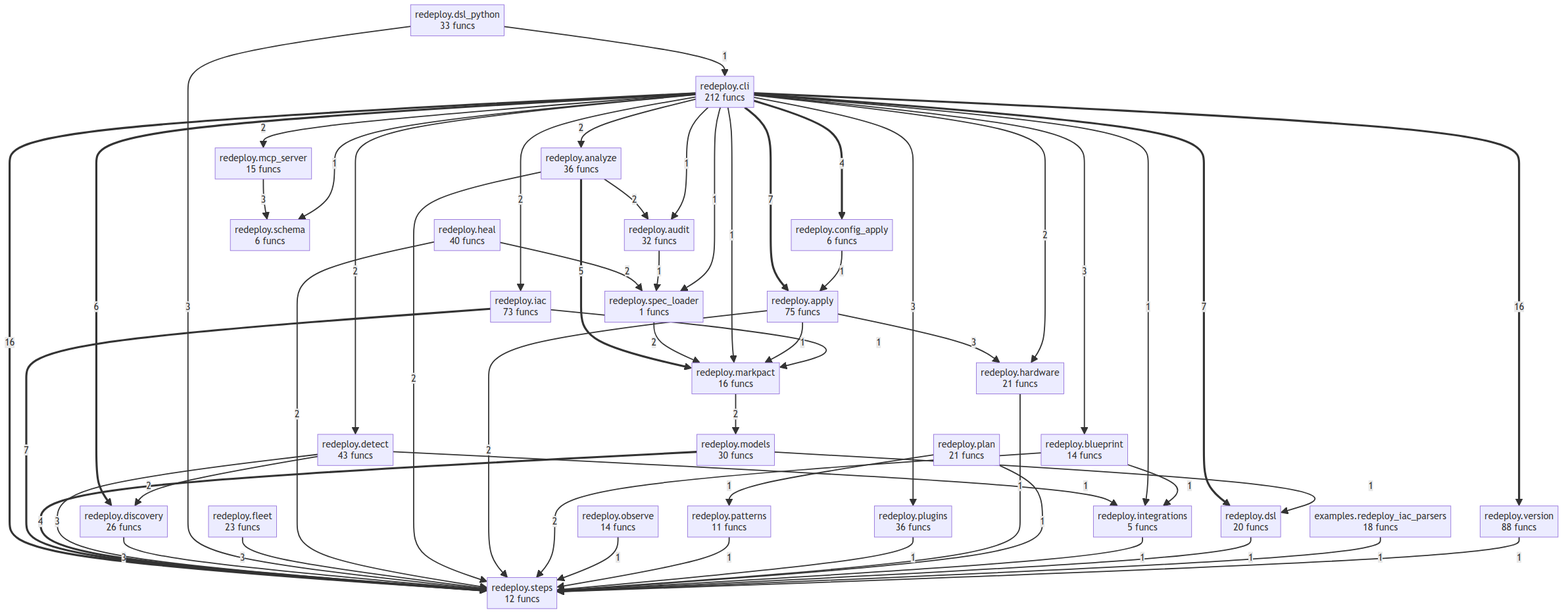
Above: project/compact_flow.png in semcod/redeploy (Mermaid), before the change. Its source is kept beside it as project/compact_flow.mmd. Source of this version:
```mermaid
flowchart TD
    examples__redeploy_iac_parsers["examples.redeploy_iac_parsers<br/>18 funcs"]
    redeploy__analyze["redeploy.analyze<br/>36 funcs"]
    redeploy__apply["redeploy.apply<br/>75 funcs"]
    redeploy__audit["redeploy.audit<br/>32 funcs"]
    redeploy__blueprint["redeploy.blueprint<br/>14 funcs"]
    redeploy__cli["redeploy.cli<br/>212 funcs"]
    redeploy__config_apply["redeploy.config_apply<br/>6 funcs"]
    redeploy__detect["redeploy.detect<br/>43 funcs"]
    redeploy__discovery["redeploy.discovery<br/>26 funcs"]
    redeploy__dsl["redeploy.dsl<br/>20 funcs"]
    redeploy__dsl_python["redeploy.dsl_python<br/>33 funcs"]
    redeploy__fleet["redeploy.fleet<br/>23 funcs"]
    redeploy__hardware["redeploy.hardware<br/>21 funcs"]
    redeploy__heal["redeploy.heal<br/>40 funcs"]
    redeploy__iac["redeploy.iac<br/>73 funcs"]
    redeploy__integrations["redeploy.integrations<br/>5 funcs"]
    redeploy__markpact["redeploy.markpact<br/>16 funcs"]
    redeploy__mcp_server["redeploy.mcp_server<br/>15 funcs"]
    redeploy__models["redeploy.models<br/>30 funcs"]
    redeploy__observe["redeploy.observe<br/>14 funcs"]
    redeploy__patterns["redeploy.patterns<br/>11 funcs"]
    redeploy__plan["redeploy.plan<br/>21 funcs"]
    redeploy__plugins["redeploy.plugins<br/>36 funcs"]
    redeploy__schema["redeploy.schema<br/>6 funcs"]
    redeploy__spec_loader["redeploy.spec_loader<br/>1 funcs"]
    redeploy__steps["redeploy.steps<br/>12 funcs"]
    redeploy__version["redeploy.version<br/>88 funcs"]
    redeploy__cli ==>|16| redeploy__steps
    redeploy__cli ==>|16| redeploy__version
    redeploy__cli ==>|7| redeploy__dsl
    redeploy__cli ==>|7| redeploy__apply
    redeploy__iac ==>|7| redeploy__steps
    redeploy__cli ==>|6| redeploy__discovery
    redeploy__analyze ==>|5| redeploy__markpact
    redeploy__cli ==>|4| redeploy__config_apply
    redeploy__models ==>|4| redeploy__steps
    redeploy__mcp_server -->|3| redeploy__schema
    redeploy__detect -->|3| redeploy__steps
    redeploy__discovery -->|3| redeploy__steps
    redeploy__cli -->|3| redeploy__plugins
    redeploy__cli -->|3| redeploy__blueprint
    redeploy__dsl_python -->|3| redeploy__steps
    redeploy__apply -->|3| redeploy__hardware
    redeploy__fleet -->|3| redeploy__steps
    redeploy__heal -->|2| redeploy__steps
    redeploy__heal -->|2| redeploy__spec_loader
    redeploy__spec_loader -->|2| redeploy__markpact
    redeploy__analyze -->|2| redeploy__audit
    redeploy__analyze -->|2| redeploy__steps
    redeploy__cli -->|2| redeploy__mcp_server
    redeploy__cli -->|2| redeploy__detect
    redeploy__cli -->|2| redeploy__hardware
    redeploy__cli -->|2| redeploy__analyze
    redeploy__detect -->|2| redeploy__discovery
    redeploy__cli -->|2| redeploy__iac
    redeploy__markpact -->|2| redeploy__models
    redeploy__apply -->|2| redeploy__steps
    redeploy__blueprint -->|2| redeploy__steps
    redeploy__observe -->|1| redeploy__steps
    redeploy__patterns -->|1| redeploy__steps
    redeploy__detect -->|1| redeploy__integrations
    redeploy__config_apply -->|1| redeploy__apply
    redeploy__audit -->|1| redeploy__spec_loader
    redeploy__cli -->|1| redeploy__spec_loader
    redeploy__cli -->|1| redeploy__markpact
    redeploy__cli -->|1| redeploy__integrations
    redeploy__cli -->|1| redeploy__audit
    redeploy__plugins -->|1| redeploy__steps
    redeploy__dsl_python -->|1| redeploy__cli
    redeploy__hardware -->|1| redeploy__steps
    redeploy__apply -->|1| redeploy__markpact
    redeploy__blueprint -->|1| redeploy__integrations
    redeploy__plan -->|1| redeploy__steps
    redeploy__plan -->|1| redeploy__patterns
    redeploy__integrations -->|1| redeploy__steps
    redeploy__dsl -->|1| redeploy__steps
    redeploy__iac -->|1| redeploy__markpact
    examples__redeploy_iac_parsers -->|1| redeploy__steps
    redeploy__models -->|1| redeploy__dsl
    redeploy__version -->|1| redeploy__steps
    redeploy__cli -->|1| redeploy__schema
```
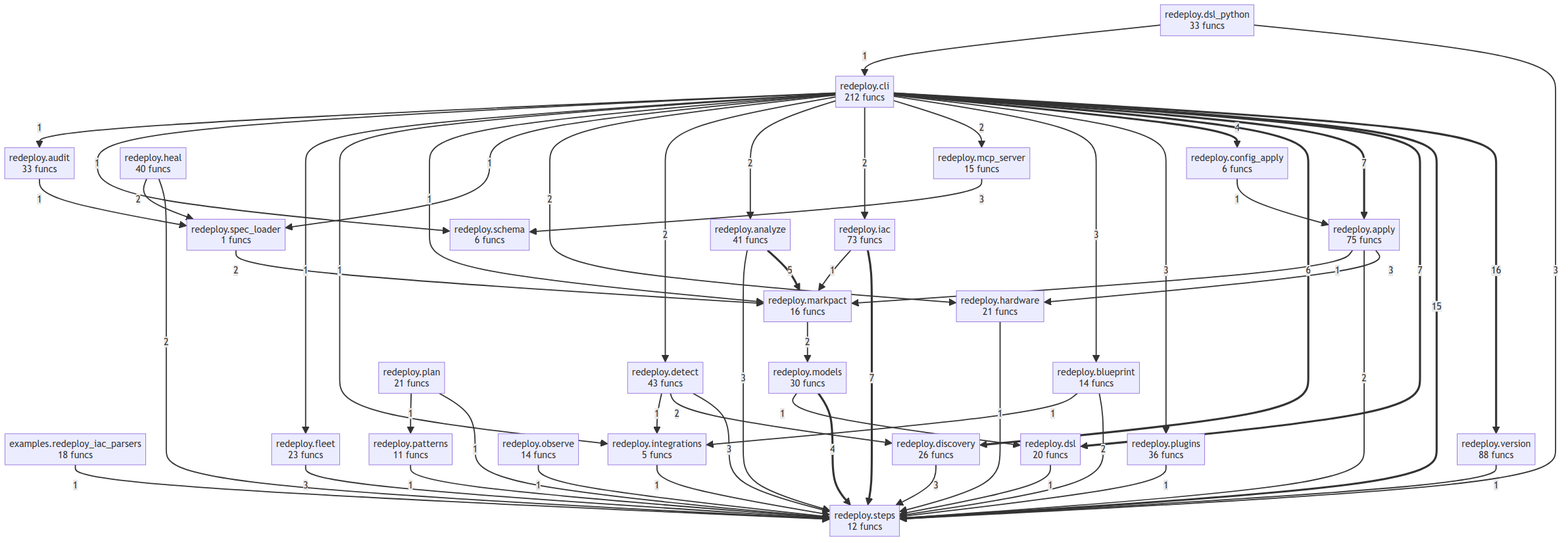
Later version of the same file.

What changed in the source:
```diff
@@ -1,8 +1,8 @@
 flowchart TD
     examples__redeploy_iac_parsers["examples.redeploy_iac_parsers<br/>18 funcs"]
-    redeploy__analyze["redeploy.analyze<br/>36 funcs"]
+    redeploy__analyze["redeploy.analyze<br/>41 funcs"]
     redeploy__apply["redeploy.apply<br/>75 funcs"]
-    redeploy__audit["redeploy.audit<br/>32 funcs"]
+    redeploy__audit["redeploy.audit<br/>33 funcs"]
     redeploy__blueprint["redeploy.blueprint<br/>14 funcs"]
     redeploy__cli["redeploy.cli<br/>212 funcs"]
     redeploy__config_apply["redeploy.config_apply<br/>6 funcs"]
@@ -26,34 +26,33 @@
     redeploy__spec_loader["redeploy.spec_loader<br/>1 funcs"]
     redeploy__steps["redeploy.steps<br/>12 funcs"]
     redeploy__version["redeploy.version<br/>88 funcs"]
-    redeploy__cli ==>|16| redeploy__steps
     redeploy__cli ==>|16| redeploy__version
+    redeploy__cli ==>|15| redeploy__steps
     redeploy__cli ==>|7| redeploy__dsl
     redeploy__cli ==>|7| redeploy__apply
     redeploy__iac ==>|7| redeploy__steps
     redeploy__cli ==>|6| redeploy__discovery
     redeploy__analyze ==>|5| redeploy__markpact
+    redeploy__models ==>|4| redeploy__steps
     redeploy__cli ==>|4| redeploy__config_apply
-    redeploy__models ==>|4| redeploy__steps
+    redeploy__fleet -->|3| redeploy__steps
+    redeploy__discovery -->|3| redeploy__steps
     redeploy__mcp_server -->|3| redeploy__schema
     redeploy__detect -->|3| redeploy__steps
-    redeploy__discovery -->|3| redeploy__steps
     redeploy__cli -->|3| redeploy__plugins
     redeploy__cli -->|3| redeploy__blueprint
     redeploy__dsl_python -->|3| redeploy__steps
     redeploy__apply -->|3| redeploy__hardware
-    redeploy__fleet -->|3| redeploy__steps
+    redeploy__analyze -->|3| redeploy__steps
     redeploy__heal -->|2| redeploy__steps
     redeploy__heal -->|2| redeploy__spec_loader
     redeploy__spec_loader -->|2| redeploy__markpact
-    redeploy__analyze -->|2| redeploy__audit
-    redeploy__analyze -->|2| redeploy__steps
+    redeploy__detect -->|2| redeploy__discovery
     redeploy__cli -->|2| redeploy__mcp_server
+    redeploy__cli -->|2| redeploy__iac
+    redeploy__cli -->|2| redeploy__analyze
     redeploy__cli -->|2| redeploy__detect
     redeploy__cli -->|2| redeploy__hardware
-    redeploy__cli -->|2| redeploy__analyze
-    redeploy__detect -->|2| redeploy__discovery
-    redeploy__cli -->|2| redeploy__iac
     redeploy__markpact -->|2| redeploy__models
     redeploy__apply -->|2| redeploy__steps
     redeploy__blueprint -->|2| redeploy__steps
@@ -61,22 +60,23 @@
     redeploy__patterns -->|1| redeploy__steps
     redeploy__detect -->|1| redeploy__integrations
     redeploy__config_apply -->|1| redeploy__apply
-    redeploy__audit -->|1| redeploy__spec_loader
+    redeploy__models -->|1| redeploy__dsl
     redeploy__cli -->|1| redeploy__spec_loader
     redeploy__cli -->|1| redeploy__markpact
     redeploy__cli -->|1| redeploy__integrations
+    redeploy__cli -->|1| redeploy__fleet
+    redeploy__cli -->|1| redeploy__schema
     redeploy__cli -->|1| redeploy__audit
     redeploy__plugins -->|1| redeploy__steps
     redeploy__dsl_python -->|1| redeploy__cli
     redeploy__hardware -->|1| redeploy__steps
     redeploy__apply -->|1| redeploy__markpact
-    redeploy__blueprint -->|1| redeploy__integrations
+    redeploy__version -->|1| redeploy__steps
     redeploy__plan -->|1| redeploy__steps
     redeploy__plan -->|1| redeploy__patterns
+    redeploy__blueprint -->|1| redeploy__integrations
     redeploy__integrations -->|1| redeploy__steps
     redeploy__dsl -->|1| redeploy__steps
     redeploy__iac -->|1| redeploy__markpact
     examples__redeploy_iac_parsers -->|1| redeploy__steps
-    redeploy__models -->|1| redeploy__dsl
-    redeploy__version -->|1| redeploy__steps
-    redeploy__cli -->|1| redeploy__schema
+    redeploy__audit -->|1| redeploy__spec_loader
```
